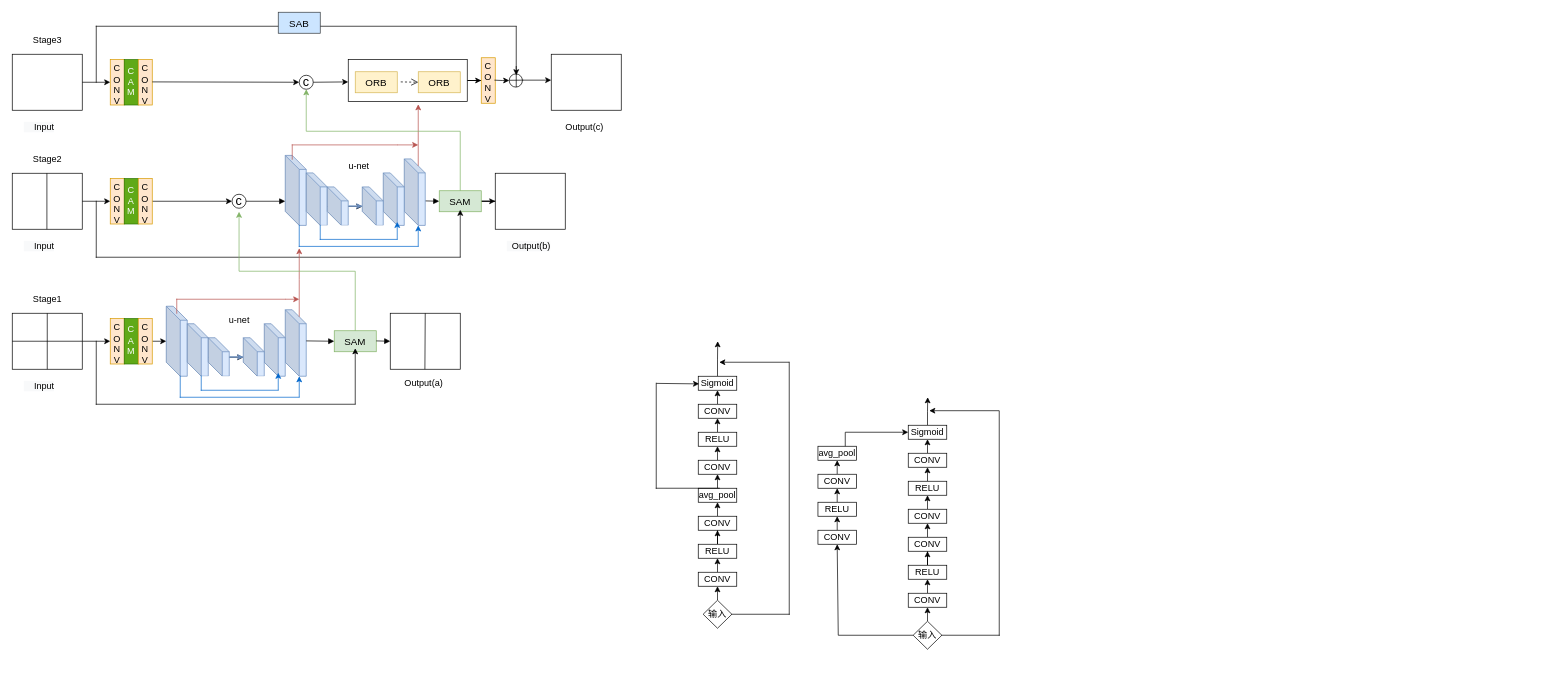
The draw.io diagram Untitled Diagram.drawio in hornchan/mytest, before the edit. Source tidied: cells renumbered, new cells numbered last; positions are measured from the earlier drawing's top-left corner, leaving out a move shared by most shapes. Both pictures are drawn from the tidied source at 70%, with x=0, y=0 at pixel (12, 12).
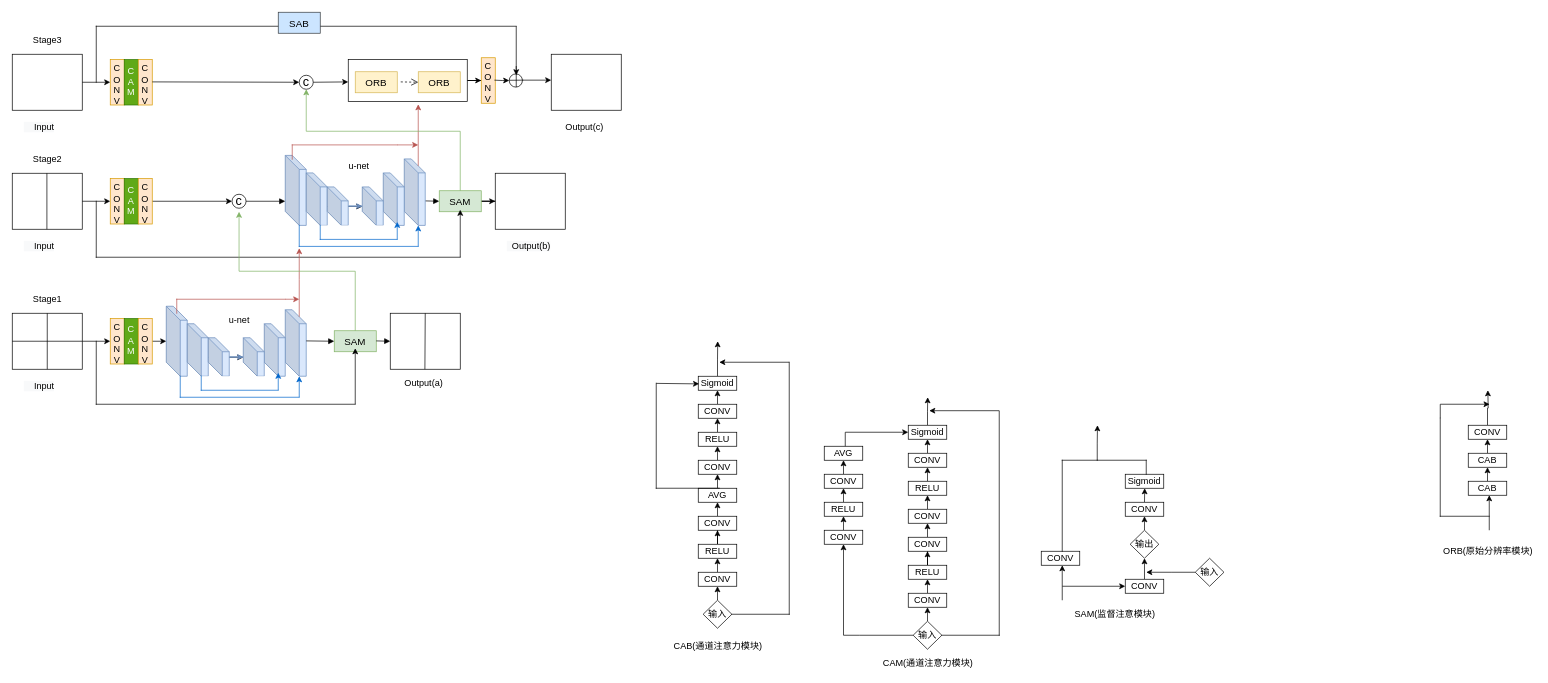
The same diagram, later.

Commit message:
原始分辨率模块

The edit, as a diff of the source:
```diff
@@
-    <mxCell id="111" value="avg_pool" style="rounded=0;whiteSpace=wrap;html=1;fontSize=13;strokeColor=#000000;" parent="1" vertex="1">
+    <mxCell id="111" value="AVG" style="rounded=0;whiteSpace=wrap;html=1;fontSize=13;strokeColor=#000000;" parent="1" vertex="1">
       <mxGeometry x="980" y="680" width="55" height="20" as="geometry" />
     </mxCell>
@@
     <mxCell id="127" value="CONV" style="rounded=0;whiteSpace=wrap;html=1;fontSize=13;strokeColor=#000000;" parent="1" vertex="1">
-      <mxGeometry x="1151" y="740" width="55" height="20" as="geometry" />
+      <mxGeometry x="1160" y="740" width="55" height="20" as="geometry" />
     </mxCell>
@@
     <mxCell id="137" value="RELU" style="rounded=0;whiteSpace=wrap;html=1;fontSize=13;strokeColor=#000000;" parent="1" vertex="1">
-      <mxGeometry x="1151" y="700" width="55" height="20" as="geometry" />
+      <mxGeometry x="1160" y="700" width="55" height="20" as="geometry" />
     </mxCell>
@@
     <mxCell id="139" value="CONV" style="rounded=0;whiteSpace=wrap;html=1;fontSize=13;strokeColor=#000000;" parent="1" vertex="1">
-      <mxGeometry x="1151" y="660" width="55" height="20" as="geometry" />
+      <mxGeometry x="1160" y="660" width="55" height="20" as="geometry" />
     </mxCell>
-    <mxCell id="140" value="avg_pool" style="rounded=0;whiteSpace=wrap;html=1;fontSize=13;strokeColor=#000000;" parent="1" vertex="1">
-      <mxGeometry x="1151" y="620" width="55" height="20" as="geometry" />
+    <mxCell id="140" value="AVG" style="rounded=0;whiteSpace=wrap;html=1;fontSize=13;strokeColor=#000000;" parent="1" vertex="1">
+      <mxGeometry x="1160" y="620" width="55" height="20" as="geometry" />
     </mxCell>
@@
+    <mxCell id="150" style="edgeStyle=orthogonalEdgeStyle;rounded=0;jettySize=auto;html=1;exitX=0;exitY=0.5;exitDx=0;exitDy=0;exitPerimeter=0;entryX=0.5;entryY=1;entryDx=0;entryDy=0;fontSize=13;strokeColor=#000000;" parent="1" edge="1" source="149" target="127">
+      <mxGeometry relative="1" as="geometry" />
+    </mxCell>
     <mxCell id="149" style="line;strokeWidth=1;html=1;fontSize=13;" parent="1" vertex="1">
-      <mxGeometry x="1180" y="885" width="107" height="10" as="geometry" />
+      <mxGeometry x="1210" y="885" width="77" height="10" as="geometry" />
     </mxCell>
-    <mxCell id="150" style="endArrow=classic;html=1;rounded=0;fontSize=13;strokeColor=#000000;entryX=0.5;entryY=1;entryDx=0;entryDy=0;exitX=0;exitY=0.5;exitDx=0;exitDy=0;exitPerimeter=0;" parent="1" edge="1" source="149" target="127">
-      <mxGeometry relative="1" as="geometry" />
-    </mxCell>
+    <mxCell id="151" value="CAB(通道注意力模块)" style="text;html=1;align=center;verticalAlign=middle;strokeColor=none;fillColor=none;fontSize=13;" parent="1" vertex="1">
+      <mxGeometry x="937.5" y="895" width="140" height="20" as="geometry" />
+    </mxCell>
+    <mxCell id="152" value="CAM(通道注意力模块)" style="text;html=1;align=center;verticalAlign=middle;strokeColor=none;fillColor=none;fontSize=13;" parent="1" vertex="1">
+      <mxGeometry x="1237.5" y="920" width="140" height="20" as="geometry" />
+    </mxCell>
+    <mxCell id="153" style="edgeStyle=orthogonalEdgeStyle;rounded=0;jettySize=auto;html=1;exitX=0;exitY=0.5;exitDx=0;exitDy=0;fontSize=13;strokeColor=#000000;" parent="1" edge="1" source="154">
+      <mxGeometry relative="1" as="geometry">
+        <mxPoint x="1620" y="800" as="targetPoint" />
+      </mxGeometry>
+    </mxCell>
+    <mxCell id="154" value="输入" style="rhombus;whiteSpace=wrap;html=1;fontSize=13;strokeColor=#000000;" parent="1" vertex="1">
+      <mxGeometry x="1690" y="780" width="41" height="40" as="geometry" />
+    </mxCell>
+    <mxCell id="155" value="CONV" style="rounded=0;whiteSpace=wrap;html=1;fontSize=13;strokeColor=#000000;" parent="1" vertex="1">
+      <mxGeometry x="1470" y="770" width="55" height="20" as="geometry" />
+    </mxCell>
+    <mxCell id="156" value="Sigmoid" style="rounded=0;whiteSpace=wrap;html=1;fontSize=13;strokeColor=#000000;" parent="1" vertex="1">
+      <mxGeometry x="1590" y="660" width="55" height="20" as="geometry" />
+    </mxCell>
+    <mxCell id="157" style="edgeStyle=orthogonalEdgeStyle;rounded=0;jettySize=auto;html=1;exitX=0.5;exitY=0;exitDx=0;exitDy=0;entryX=0.5;entryY=1;entryDx=0;entryDy=0;fontSize=13;strokeColor=#000000;" parent="1" edge="1" source="158" target="164">
+      <mxGeometry relative="1" as="geometry" />
+    </mxCell>
+    <mxCell id="158" value="CONV" style="rounded=0;whiteSpace=wrap;html=1;fontSize=13;strokeColor=#000000;" parent="1" vertex="1">
+      <mxGeometry x="1590" y="810" width="55" height="20" as="geometry" />
+    </mxCell>
+    <mxCell id="159" style="edgeStyle=orthogonalEdgeStyle;rounded=0;jettySize=auto;html=1;exitX=0.5;exitY=0;exitDx=0;exitDy=0;fontSize=13;strokeColor=#000000;" parent="1" edge="1" source="160">
+      <mxGeometry relative="1" as="geometry">
+        <mxPoint x="1617.8" y="680" as="targetPoint" />
+      </mxGeometry>
+    </mxCell>
+    <mxCell id="160" value="CONV" style="rounded=0;whiteSpace=wrap;html=1;fontSize=13;strokeColor=#000000;" parent="1" vertex="1">
+      <mxGeometry x="1590" y="700" width="55" height="20" as="geometry" />
+    </mxCell>
+    <mxCell id="161" style="endArrow=classic;html=1;rounded=0;fontSize=13;strokeColor=#000000;" parent="1" edge="1">
+      <mxGeometry relative="1" as="geometry">
+        <mxPoint x="1500" y="840" as="sourcePoint" />
+        <mxPoint x="1500" y="790" as="targetPoint" />
+        <Array as="points">
+          <mxPoint x="1500" y="820" />
+        </Array>
+      </mxGeometry>
+    </mxCell>
+    <mxCell id="162" style="endArrow=classic;html=1;rounded=0;fontSize=13;strokeColor=#000000;" parent="1" edge="1">
+      <mxGeometry relative="1" as="geometry">
+        <mxPoint x="1500" y="820" as="sourcePoint" />
+        <mxPoint x="1590" y="820" as="targetPoint" />
+      </mxGeometry>
+    </mxCell>
+    <mxCell id="163" style="edgeStyle=orthogonalEdgeStyle;rounded=0;jettySize=auto;html=1;exitX=0.5;exitY=0;exitDx=0;exitDy=0;entryX=0.5;entryY=1;entryDx=0;entryDy=0;fontSize=13;strokeColor=#000000;" parent="1" edge="1" source="164" target="160">
+      <mxGeometry relative="1" as="geometry" />
+    </mxCell>
+    <mxCell id="164" value="输出" style="rhombus;whiteSpace=wrap;html=1;fontSize=13;strokeColor=#000000;" parent="1" vertex="1">
+      <mxGeometry x="1597" y="740" width="41" height="40" as="geometry" />
+    </mxCell>
+    <mxCell id="165" style="shape=partialRectangle;whiteSpace=wrap;html=1;bottom=0;right=0;fillColor=none;fontSize=13;strokeColor=#000000;strokeWidth=1;" parent="1" vertex="1">
+      <mxGeometry x="1500" y="640" width="50" height="130" as="geometry" />
+    </mxCell>
+    <mxCell id="166" style="edgeStyle=orthogonalEdgeStyle;rounded=0;jettySize=auto;html=1;exitX=0;exitY=1;exitDx=0;exitDy=0;fontSize=13;strokeColor=#000000;" parent="1" edge="1" source="167">
+      <mxGeometry relative="1" as="geometry">
+        <mxPoint x="1550.3" y="590" as="targetPoint" />
+      </mxGeometry>
+    </mxCell>
+    <mxCell id="167" style="shape=partialRectangle;whiteSpace=wrap;html=1;bottom=0;right=0;fillColor=none;fontSize=13;strokeColor=#000000;strokeWidth=1;direction=south;" parent="1" vertex="1">
+      <mxGeometry x="1550" y="640" width="70" height="20" as="geometry" />
+    </mxCell>
+    <mxCell id="168" value="SAM(监督注意模块)" style="text;html=1;align=center;verticalAlign=middle;strokeColor=none;fillColor=none;fontSize=13;" parent="1" vertex="1">
+      <mxGeometry x="1510" y="850" width="130" height="20" as="geometry" />
+    </mxCell>
+    <mxCell id="169" style="edgeStyle=orthogonalEdgeStyle;rounded=0;jettySize=auto;html=1;exitX=0.5;exitY=0;exitDx=0;exitDy=0;entryX=0.5;entryY=1;entryDx=0;entryDy=0;fontSize=13;strokeColor=#000000;" parent="1" edge="1" source="170" target="172">
+      <mxGeometry relative="1" as="geometry" />
+    </mxCell>
+    <mxCell id="170" value="CAB" style="rounded=0;whiteSpace=wrap;html=1;fontSize=13;strokeColor=#000000;" parent="1" vertex="1">
+      <mxGeometry x="2080" y="670" width="55" height="20" as="geometry" />
+    </mxCell>
+    <mxCell id="171" style="edgeStyle=orthogonalEdgeStyle;rounded=0;jettySize=auto;html=1;exitX=0.5;exitY=0;exitDx=0;exitDy=0;entryX=0.5;entryY=1;entryDx=0;entryDy=0;fontSize=13;strokeColor=#000000;" parent="1" edge="1" source="172" target="174">
+      <mxGeometry relative="1" as="geometry" />
+    </mxCell>
+    <mxCell id="172" value="CAB" style="rounded=0;whiteSpace=wrap;html=1;fontSize=13;strokeColor=#000000;" parent="1" vertex="1">
+      <mxGeometry x="2080" y="630" width="55" height="20" as="geometry" />
+    </mxCell>
+    <mxCell id="173" style="edgeStyle=orthogonalEdgeStyle;rounded=0;jettySize=auto;html=1;exitX=0.5;exitY=0;exitDx=0;exitDy=0;fontSize=13;strokeColor=#000000;" parent="1" edge="1" source="174">
+      <mxGeometry relative="1" as="geometry">
+        <mxPoint x="2108" y="540" as="targetPoint" />
+      </mxGeometry>
+    </mxCell>
+    <mxCell id="174" value="CONV" style="rounded=0;whiteSpace=wrap;html=1;fontSize=13;strokeColor=#000000;" parent="1" vertex="1">
+      <mxGeometry x="2080" y="590" width="55" height="20" as="geometry" />
+    </mxCell>
+    <mxCell id="175" style="endArrow=classic;html=1;rounded=0;fontSize=13;strokeColor=#000000;" parent="1" edge="1">
+      <mxGeometry relative="1" as="geometry">
+        <mxPoint x="2110" y="740" as="sourcePoint" />
+        <mxPoint x="2110" y="690" as="targetPoint" />
+      </mxGeometry>
+    </mxCell>
+    <mxCell id="176" style="edgeStyle=orthogonalEdgeStyle;rounded=0;jettySize=auto;html=1;exitX=1;exitY=0;exitDx=0;exitDy=0;fontSize=13;strokeColor=#000000;" parent="1" edge="1" source="177">
+      <mxGeometry relative="1" as="geometry">
+        <mxPoint x="2110" y="560" as="targetPoint" />
+      </mxGeometry>
+    </mxCell>
+    <mxCell id="177" style="shape=partialRectangle;whiteSpace=wrap;html=1;bottom=0;right=0;fillColor=none;fontSize=13;strokeColor=#000000;strokeWidth=1;direction=north;" parent="1" vertex="1">
+      <mxGeometry x="2040" y="580" width="70" height="140" as="geometry" />
+    </mxCell>
+    <mxCell id="178" value="ORB(原始分辨率模块)" style="text;html=1;align=center;verticalAlign=middle;strokeColor=none;fillColor=none;fontSize=13;" parent="1" vertex="1">
+      <mxGeometry x="2037.5" y="760" width="140" height="20" as="geometry" />
+    </mxCell>
```
